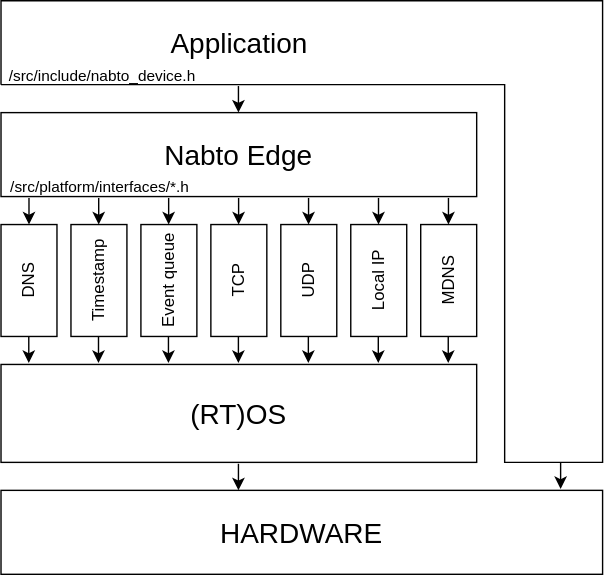
Before: doc/images/platform_integration_overview.svg, a diagram exported from draw.io (nabto/nabto-embedded-sdk). Source tidied: cells renumbered, new cells last; positions are measured from the earlier drawing's top-left corner, leaving out a move shared by most shapes.
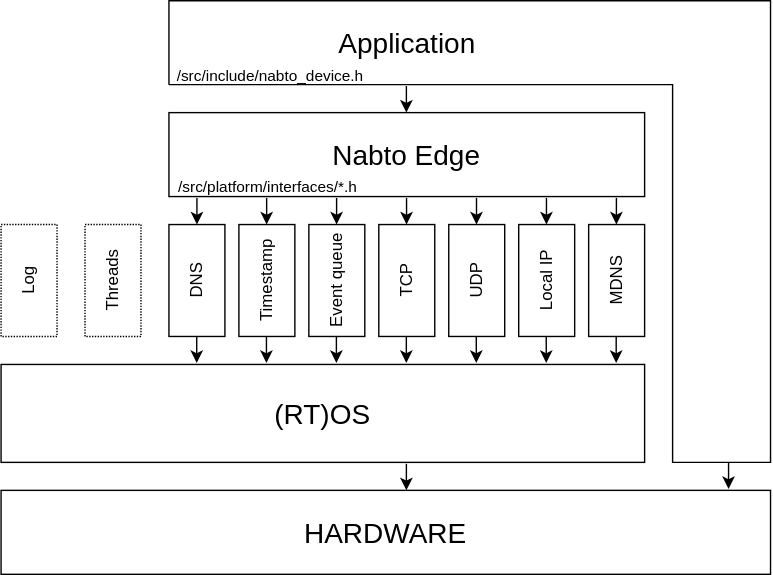
The same diagram one commit later.

Diff of the diagram source:
```diff
@@ -68,7 +68,7 @@
       </mxGeometry>
     </mxCell>
     <mxCell id="17" value="&lt;font style=&quot;font-size: 20px&quot;&gt;(RT)OS&lt;/font&gt;" style="rounded=0;whiteSpace=wrap;html=1;" parent="1" vertex="1">
-      <mxGeometry y="260" width="340" height="70" as="geometry" />
+      <mxGeometry x="-120" y="260" width="460" height="70" as="geometry" />
     </mxCell>
     <mxCell id="18" style="endArrow=classic;html=1;entryX=0.5;entryY=0;entryDx=0;entryDy=0;" parent="1" edge="1">
       <mxGeometry relative="1" as="geometry">
@@ -113,9 +113,9 @@
       </mxGeometry>
     </mxCell>
     <mxCell id="25" value="&lt;font style=&quot;font-size: 20px&quot;&gt;HARDWARE&lt;/font&gt;" style="rounded=0;whiteSpace=wrap;html=1;" parent="1" vertex="1">
-      <mxGeometry y="350" width="430" height="60" as="geometry" />
+      <mxGeometry x="-120" y="350" width="550" height="60" as="geometry" />
     </mxCell>
-    <mxCell id="26" style="endArrow=none;html=1;rounded=0;" parent="1" edge="1">
+    <mxCell id="26" style="endArrow=none;html=1;rounded=0;strokeColor=#000000;" parent="1" edge="1">
       <mxGeometry relative="1" as="geometry">
         <mxPoint y="60" as="sourcePoint" />
         <mxPoint y="60" as="targetPoint" />
@@ -155,5 +155,11 @@
     <mxCell id="32" value="&lt;font style=&quot;font-size: 11px&quot;&gt;/src/platform/interfaces/*.h&lt;/font&gt;" style="text;html=1;align=left;verticalAlign=middle;fontSize=15;labelPosition=center;verticalLabelPosition=middle;" parent="1" vertex="1">
       <mxGeometry x="5" y="116" width="140" height="30" as="geometry" />
     </mxCell>
+    <mxCell id="33" value="Threads" style="rounded=0;whiteSpace=wrap;html=1;rotation=0;horizontal=0;dashed=1;dashPattern=1 1;" parent="1" vertex="1">
+      <mxGeometry x="-60" y="160" width="40" height="80" as="geometry" />
+    </mxCell>
+    <mxCell id="34" value="Log" style="rounded=0;whiteSpace=wrap;html=1;rotation=0;horizontal=0;dashed=1;dashPattern=1 1;" parent="1" vertex="1">
+      <mxGeometry x="-120" y="160" width="40" height="80" as="geometry" />
+    </mxCell>
   </root>
 </mxGraphModel>
```
